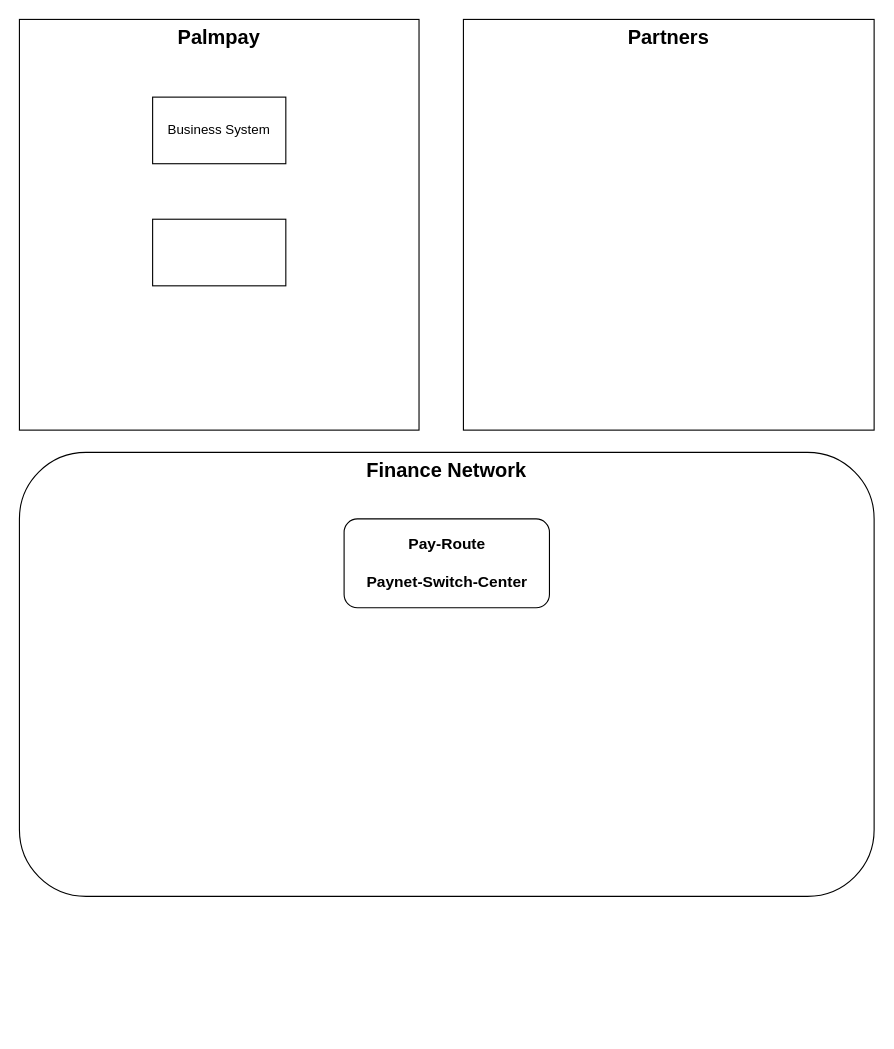
Above: PayRouteMigration.drawio in catface996/images (draw.io), before the change. Source tidied: cells renumbered, new cells numbered last; positions are measured from the earlier drawing's top-left corner, leaving out a move shared by most shapes. Both pictures are drawn from the tidied source at 111%, with x=0, y=0 at pixel (19, 19).
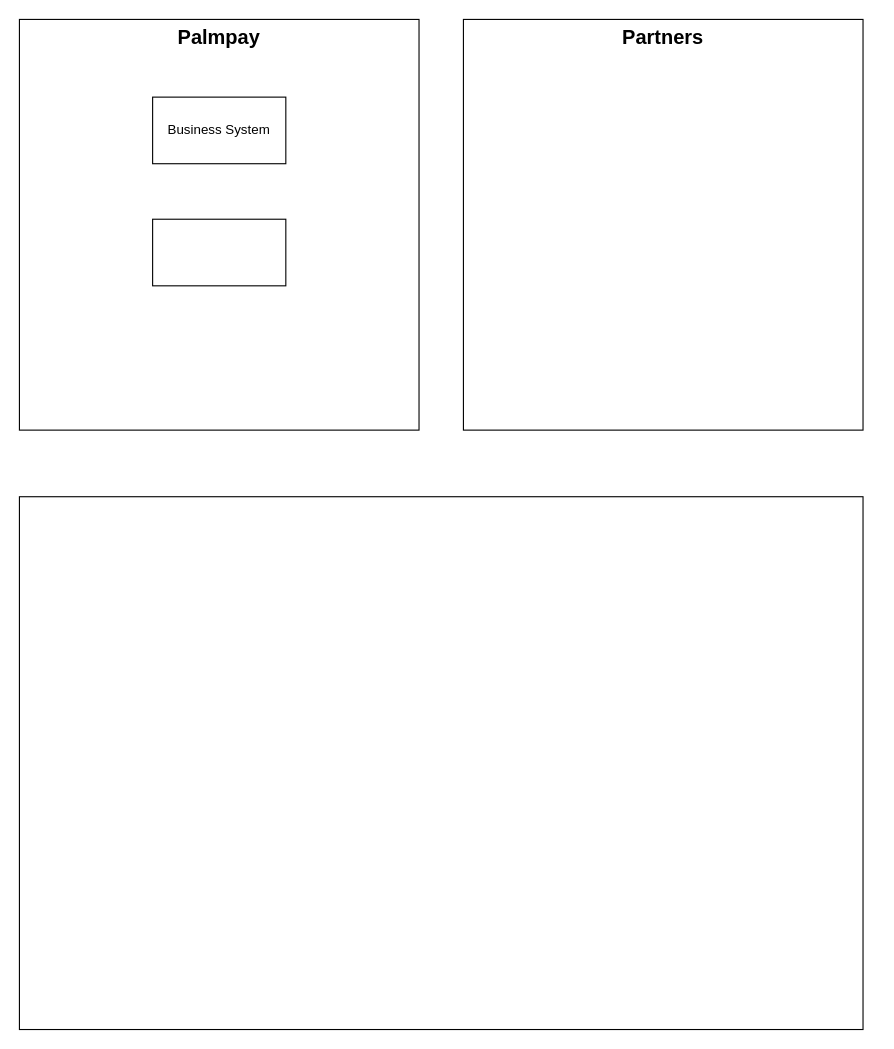
After the change.

Diff of the diagram source:
```diff
@@
 <mxGraphModel>
   <root>
     <mxCell id="0" />
     <mxCell id="1" parent="0" />
-    <mxCell id="2" value="Finance Network" style="rounded=1;whiteSpace=wrap;html=1;verticalAlign=top;fontStyle=1;fontSize=18;" parent="1" vertex="1">
-      <mxGeometry y="390" width="770" height="400" as="geometry" />
-    </mxCell>
-    <mxCell id="3" value="Pay-Route&lt;br style=&quot;font-size: 14px;&quot;&gt;&lt;br style=&quot;font-size: 14px;&quot;&gt;Paynet-Switch-Center" style="rounded=1;whiteSpace=wrap;html=1;fontStyle=1;fontSize=14;" parent="1" vertex="1">
-      <mxGeometry x="292.5" y="450" width="185" height="80" as="geometry" />
-    </mxCell>
     <mxCell id="4" value="Palmpay" style="rounded=0;whiteSpace=wrap;html=1;fontStyle=1;fontSize=18;verticalAlign=top;" parent="1" vertex="1">
       <mxGeometry width="360" height="370" as="geometry" />
     </mxCell>
     <mxCell id="5" value="Partners" style="rounded=0;whiteSpace=wrap;html=1;fontStyle=1;fontSize=18;verticalAlign=top;" parent="1" vertex="1">
-      <mxGeometry x="400" width="370" height="370" as="geometry" />
+      <mxGeometry x="400" width="360" height="370" as="geometry" />
     </mxCell>
     <mxCell id="6" value="Business System" style="rounded=0;whiteSpace=wrap;html=1;" parent="1" vertex="1">
       <mxGeometry x="120" y="70" width="120" height="60" as="geometry" />
     </mxCell>
     <mxCell id="7" style="rounded=0;whiteSpace=wrap;html=1;" parent="1" vertex="1">
       <mxGeometry x="120" y="180" width="120" height="60" as="geometry" />
     </mxCell>
+    <mxCell id="8" style="rounded=0;whiteSpace=wrap;html=1;" parent="1" vertex="1">
+      <mxGeometry y="430" width="760" height="480" as="geometry" />
+    </mxCell>
   </root>
 </mxGraphModel>
```
